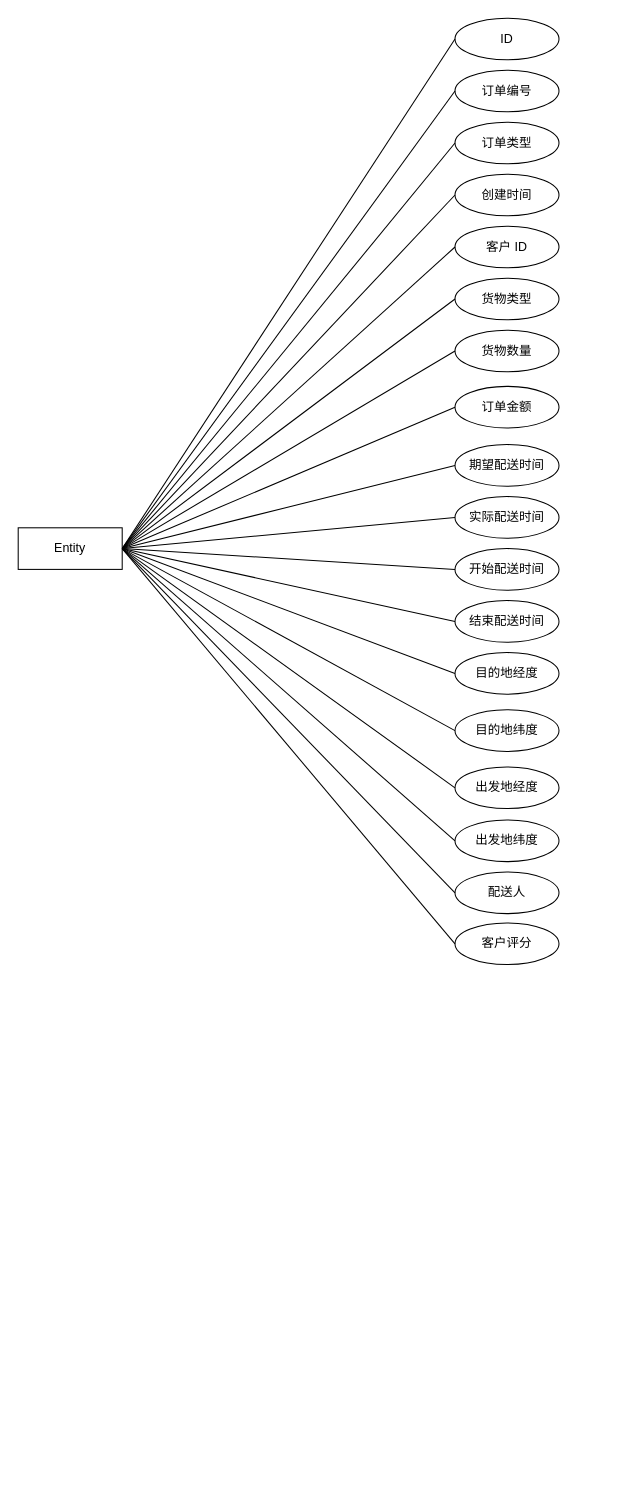
YoungYo/drawio keeps this draw.io diagram as 小论文/ER图.drawio. Above is the earlier version. Source tidied: cells renumbered, new cells numbered last; positions are measured from the earlier drawing's top-left corner, leaving out a move shared by most shapes. Both pictures are drawn from the tidied source at 104%, with x=0, y=0 at pixel (18, 18).
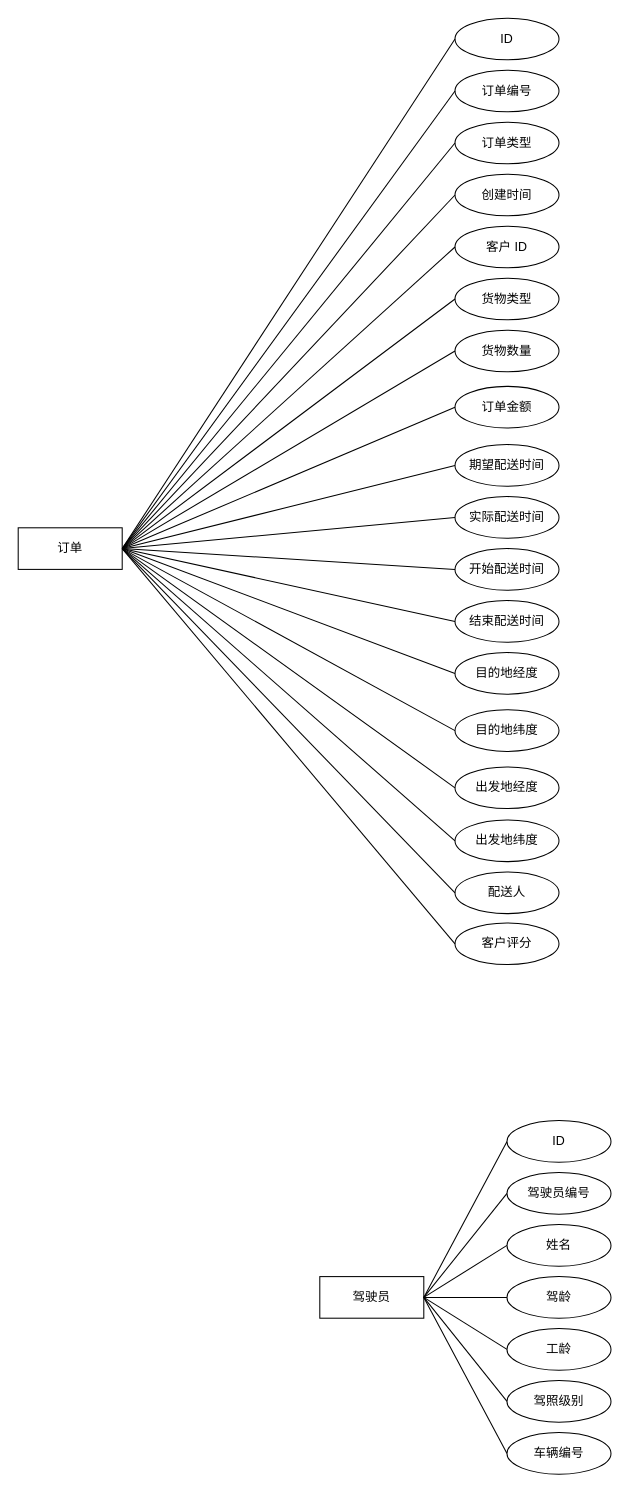
The same page after the edit.

The edit, as a diff of the source:
```diff
@@
-    <mxCell id="2" value="Entity" style="whiteSpace=wrap;html=1;align=center;" parent="1" vertex="1">
+    <mxCell id="2" value="订单" style="whiteSpace=wrap;html=1;align=center;" parent="1" vertex="1">
       <mxGeometry y="490" width="100" height="40" as="geometry" />
     </mxCell>
@@
+    <mxCell id="39" value="驾驶员" style="whiteSpace=wrap;html=1;align=center;" parent="1" vertex="1">
+      <mxGeometry x="290" y="1210" width="100" height="40" as="geometry" />
+    </mxCell>
+    <mxCell id="40" style="endArrow=none;html=1;rounded=0;exitX=1;exitY=0.5;exitDx=0;exitDy=0;entryX=0;entryY=0.5;entryDx=0;entryDy=0;" parent="1" edge="1" source="39" target="48">
+      <mxGeometry relative="1" as="geometry" />
+    </mxCell>
+    <mxCell id="41" style="endArrow=none;html=1;rounded=0;entryX=0;entryY=0.5;entryDx=0;entryDy=0;exitX=1;exitY=0.5;exitDx=0;exitDy=0;" parent="1" edge="1" source="39" target="49">
+      <mxGeometry relative="1" as="geometry" />
+    </mxCell>
+    <mxCell id="42" style="endArrow=none;html=1;rounded=0;exitX=1;exitY=0.5;exitDx=0;exitDy=0;entryX=0;entryY=0.5;entryDx=0;entryDy=0;" parent="1" edge="1" source="39" target="50">
+      <mxGeometry relative="1" as="geometry" />
+    </mxCell>
+    <mxCell id="43" style="endArrow=none;html=1;rounded=0;exitX=1;exitY=0.5;exitDx=0;exitDy=0;entryX=0;entryY=0.5;entryDx=0;entryDy=0;" parent="1" edge="1" source="39" target="51">
+      <mxGeometry relative="1" as="geometry" />
+    </mxCell>
+    <mxCell id="44" style="endArrow=none;html=1;rounded=0;exitX=1;exitY=0.5;exitDx=0;exitDy=0;entryX=0;entryY=0.5;entryDx=0;entryDy=0;" parent="1" edge="1" source="39" target="52">
+      <mxGeometry relative="1" as="geometry" />
+    </mxCell>
+    <mxCell id="45" style="endArrow=none;html=1;rounded=0;entryX=0;entryY=0.5;entryDx=0;entryDy=0;exitX=1;exitY=0.5;exitDx=0;exitDy=0;" parent="1" edge="1" source="39" target="53">
+      <mxGeometry relative="1" as="geometry" />
+    </mxCell>
+    <mxCell id="46" style="endArrow=none;html=1;rounded=0;exitX=1;exitY=0.5;exitDx=0;exitDy=0;entryX=0;entryY=0.5;entryDx=0;entryDy=0;" parent="1" edge="1" source="39" target="54">
+      <mxGeometry relative="1" as="geometry" />
+    </mxCell>
+    <mxCell id="47" style="group;" parent="1" vertex="1">
+      <mxGeometry x="470" y="1060" width="100" height="340" as="geometry" />
+    </mxCell>
+    <mxCell id="48" value="ID" style="ellipse;whiteSpace=wrap;html=1;align=center;flipV=1;" parent="47" vertex="1">
+      <mxGeometry width="100" height="40" as="geometry" />
+    </mxCell>
+    <mxCell id="49" value="驾驶员编号" style="ellipse;whiteSpace=wrap;html=1;align=center;flipV=1;" parent="47" vertex="1">
+      <mxGeometry y="50" width="100" height="40" as="geometry" />
+    </mxCell>
+    <mxCell id="50" value="姓名" style="ellipse;whiteSpace=wrap;html=1;align=center;flipV=1;" parent="47" vertex="1">
+      <mxGeometry y="100" width="100" height="40" as="geometry" />
+    </mxCell>
+    <mxCell id="51" value="驾龄" style="ellipse;whiteSpace=wrap;html=1;align=center;flipV=1;" parent="47" vertex="1">
+      <mxGeometry y="150" width="100" height="40" as="geometry" />
+    </mxCell>
+    <mxCell id="52" value="工龄" style="ellipse;whiteSpace=wrap;html=1;align=center;flipV=1;" parent="47" vertex="1">
+      <mxGeometry y="200" width="100" height="40" as="geometry" />
+    </mxCell>
+    <mxCell id="53" value="驾照级别" style="ellipse;whiteSpace=wrap;html=1;align=center;flipV=1;" parent="47" vertex="1">
+      <mxGeometry y="250" width="100" height="40" as="geometry" />
+    </mxCell>
+    <mxCell id="54" value="车辆编号" style="ellipse;whiteSpace=wrap;html=1;align=center;flipV=1;" parent="47" vertex="1">
+      <mxGeometry y="300" width="100" height="40" as="geometry" />
+    </mxCell>
```
